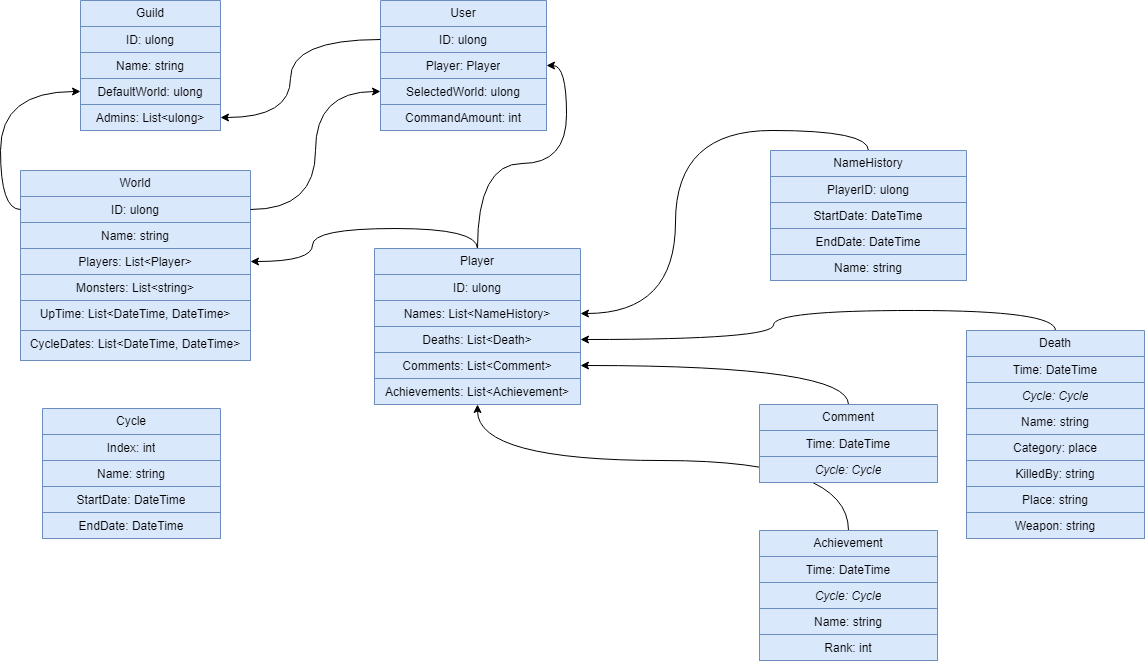
This is Stats Bot UML.drawio.png from Endferoma/Draw.IO, a draw.io export, as it was before one commit. Source tidied: cells renumbered, new cells last; positions are measured from the earlier drawing's top-left corner, leaving out a move shared by most shapes.
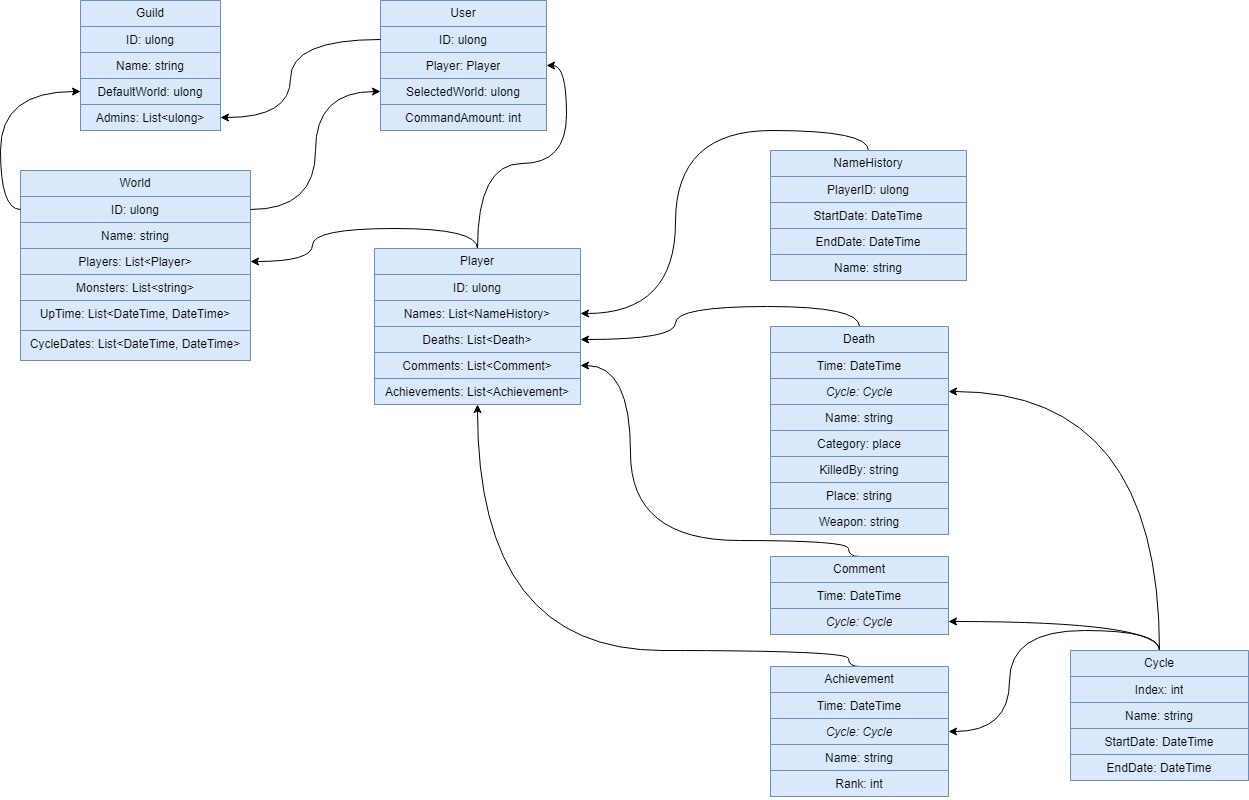
After the commit.

Diff of the diagram source:
```diff
@@ -106,8 +106,17 @@
     <mxCell id="34" style="edgeStyle=orthogonalEdgeStyle;rounded=0;jettySize=auto;html=1;exitX=1;exitY=0.5;exitDx=0;exitDy=0;curved=1;" parent="1" edge="1" source="19" target="10">
       <mxGeometry relative="1" as="geometry" />
     </mxCell>
+    <mxCell id="60" style="edgeStyle=orthogonalEdgeStyle;rounded=0;jettySize=auto;html=1;exitX=0.5;exitY=0;exitDx=0;exitDy=0;entryX=1;entryY=0.5;entryDx=0;entryDy=0;curved=1;" parent="1" edge="1" source="35" target="42">
+      <mxGeometry relative="1" as="geometry" />
+    </mxCell>
+    <mxCell id="61" style="edgeStyle=orthogonalEdgeStyle;rounded=0;jettySize=auto;html=1;exitX=0.5;exitY=0;exitDx=0;exitDy=0;curved=1;" parent="1" edge="1" source="35" target="50">
+      <mxGeometry relative="1" as="geometry" />
+    </mxCell>
+    <mxCell id="62" style="edgeStyle=orthogonalEdgeStyle;rounded=0;jettySize=auto;html=1;exitX=0.5;exitY=0;exitDx=0;exitDy=0;curved=1;" parent="1" edge="1" source="35" target="54">
+      <mxGeometry relative="1" as="geometry" />
+    </mxCell>
     <mxCell id="35" value="Cycle" style="swimlane;fontStyle=0;horizontal=1;startSize=26;fillColor=#dae8fc;whiteSpace=wrap;html=1;align=center;strokeColor=#6c8ebf;" parent="1" vertex="1">
-      <mxGeometry x="22" y="408" width="178" height="130" as="geometry" />
+      <mxGeometry x="1050" y="650" width="178" height="130" as="geometry" />
     </mxCell>
     <mxCell id="36" value="Index: int" style="text;strokeColor=#6c8ebf;fillColor=#dae8fc;align=center;verticalAlign=top;spacingLeft=4;spacingRight=4;overflow=hidden;whiteSpace=wrap;html=1;" parent="35" vertex="1">
       <mxGeometry y="26" width="178" height="26" as="geometry" />
@@ -127,13 +136,14 @@
     <mxCell id="41" style="edgeStyle=orthogonalEdgeStyle;rounded=0;jettySize=auto;html=1;exitX=0.5;exitY=0;exitDx=0;exitDy=0;curved=1;" parent="1" edge="1" source="42" target="32">
       <mxGeometry relative="1" as="geometry">
         <Array as="points">
-          <mxPoint x="828" y="460" />
-          <mxPoint x="457" y="460" />
+          <mxPoint x="828" y="666" />
+          <mxPoint x="828" y="650" />
+          <mxPoint x="457" y="650" />
         </Array>
       </mxGeometry>
     </mxCell>
     <mxCell id="42" value="Achievement" style="swimlane;fontStyle=0;horizontal=1;startSize=26;fillColor=#dae8fc;whiteSpace=wrap;html=1;align=center;strokeColor=#6c8ebf;" parent="1" vertex="1">
-      <mxGeometry x="739" y="530" width="178" height="130" as="geometry" />
+      <mxGeometry x="750" y="666" width="178" height="130" as="geometry" />
     </mxCell>
     <mxCell id="43" value="Time: DateTime" style="text;strokeColor=#6c8ebf;fillColor=#dae8fc;align=center;verticalAlign=top;spacingLeft=4;spacingRight=4;overflow=hidden;whiteSpace=wrap;html=1;" parent="42" vertex="1">
       <mxGeometry y="26" width="178" height="26" as="geometry" />
@@ -150,12 +160,15 @@
     <mxCell id="47" style="edgeStyle=orthogonalEdgeStyle;rounded=0;jettySize=auto;html=1;exitX=0.5;exitY=0;exitDx=0;exitDy=0;curved=1;" parent="1" edge="1" source="48" target="31">
       <mxGeometry relative="1" as="geometry">
         <Array as="points">
-          <mxPoint x="828" y="365" />
+          <mxPoint x="828" y="556" />
+          <mxPoint x="828" y="540" />
+          <mxPoint x="610" y="540" />
+          <mxPoint x="610" y="365" />
         </Array>
       </mxGeometry>
     </mxCell>
     <mxCell id="48" value="Comment" style="swimlane;fontStyle=0;horizontal=1;startSize=26;fillColor=#dae8fc;whiteSpace=wrap;html=1;align=center;strokeColor=#6c8ebf;" parent="1" vertex="1">
-      <mxGeometry x="739" y="404" width="178" height="78" as="geometry" />
+      <mxGeometry x="750" y="556" width="178" height="78" as="geometry" />
     </mxCell>
     <mxCell id="49" value="Time: DateTime" style="text;strokeColor=#6c8ebf;fillColor=#dae8fc;align=center;verticalAlign=top;spacingLeft=4;spacingRight=4;overflow=hidden;whiteSpace=wrap;html=1;" parent="48" vertex="1">
       <mxGeometry y="26" width="178" height="26" as="geometry" />
@@ -167,7 +180,7 @@
       <mxGeometry relative="1" as="geometry" />
     </mxCell>
     <mxCell id="52" value="Death" style="swimlane;fontStyle=0;horizontal=1;startSize=26;whiteSpace=wrap;html=1;align=center;fillColor=#dae8fc;strokeColor=#6c8ebf;" parent="1" vertex="1">
-      <mxGeometry x="946" y="330" width="178" height="208" as="geometry" />
+      <mxGeometry x="750" y="326" width="178" height="208" as="geometry" />
     </mxCell>
     <mxCell id="53" value="Time: DateTime" style="text;strokeColor=#6c8ebf;fillColor=#dae8fc;align=center;verticalAlign=top;spacingLeft=4;spacingRight=4;overflow=hidden;whiteSpace=wrap;html=1;" parent="52" vertex="1">
       <mxGeometry y="26" width="178" height="26" as="geometry" />
```
